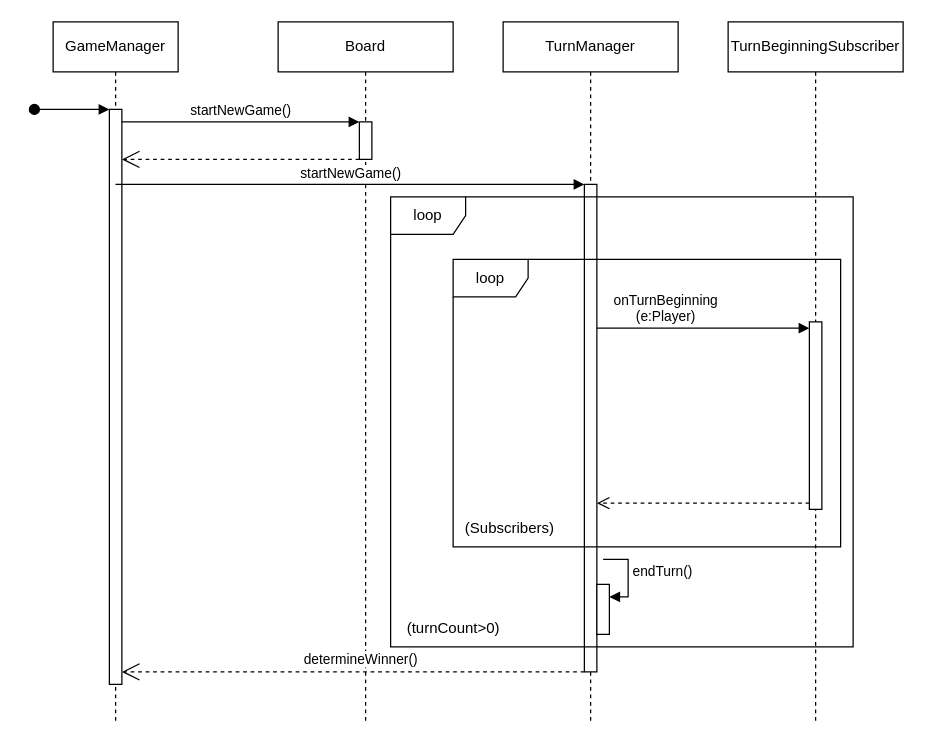
The draw.io diagram page "GameManager" (1 of 7) of GameManager_SequenceDiagram.drawio in koharzsombor/bandITs, before the edit. Source tidied: cells renumbered, new cells numbered last; positions are measured from the earlier drawing's top-left corner, leaving out a move shared by most shapes. Both pictures are drawn from the tidied source at 125%, with x=0, y=0 at pixel (34, 21).
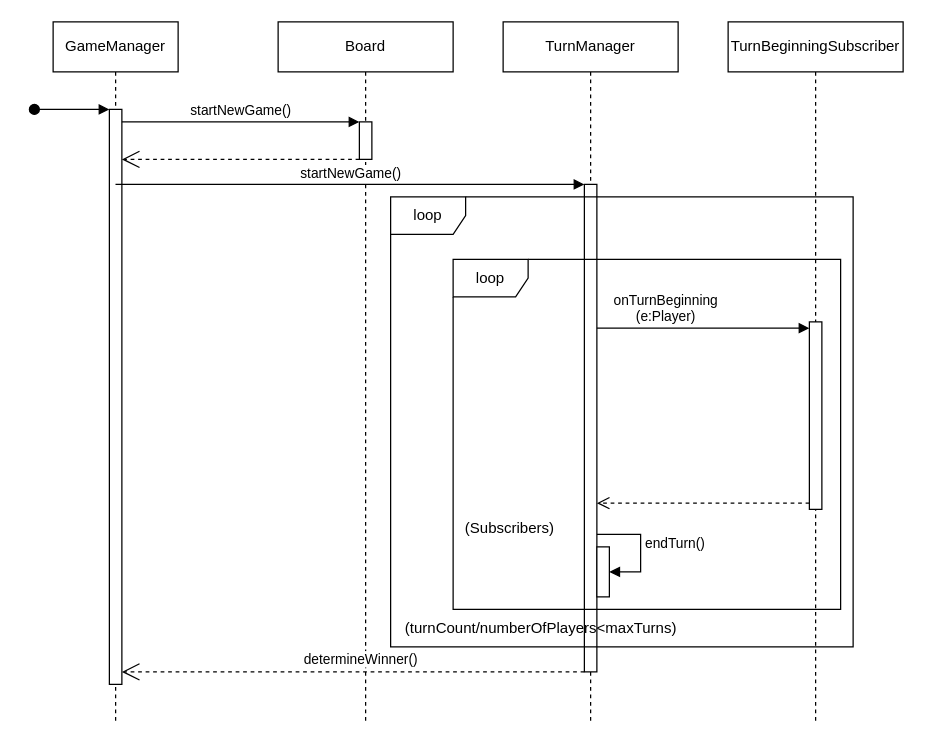
Above is the later version.

Unchanged cells that the change refers to:
```xml
<mxCell id="8" value="&lt;div&gt;TurnManager&lt;/div&gt;" style="shape=umlLifeline;perimeter=lifelinePerimeter;whiteSpace=wrap;html=1;newEdgeStyle={&quot;edgeStyle&quot;:&quot;elbowEdgeStyle&quot;,&quot;elbow&quot;:&quot;vertical&quot;,&quot;curved&quot;:0,&quot;rounded&quot;:0};" parent="1" vertex="1">
  <mxGeometry x="375" width="140" height="560" as="geometry" />
</mxCell>
```

The edit, as a diff of the source:
```diff
@@
     <mxCell id="10" style="html=1;points=[[0,0,0,0,5],[0,1,0,0,-5],[1,0,0,0,5],[1,1,0,0,-5]];perimeter=orthogonalPerimeter;outlineConnect=0;targetShapes=umlLifeline;portConstraint=eastwest;newEdgeStyle={&quot;curved&quot;:0,&quot;rounded&quot;:0};" parent="8" vertex="1">
-      <mxGeometry x="75" y="450" width="10" height="40" as="geometry" />
+      <mxGeometry x="75" y="420" width="10" height="40" as="geometry" />
     </mxCell>
     <mxCell id="11" value="endTurn()" style="html=1;align=left;spacingLeft=2;endArrow=block;rounded=0;edgeStyle=orthogonalEdgeStyle;curved=0;rounded=0;" parent="8" edge="1" target="10">
-      <mxGeometry x="-0.08" relative="1" as="geometry">
-        <mxPoint x="80" y="430" as="sourcePoint" />
+      <mxGeometry x="-0.07" relative="1" as="geometry">
+        <mxPoint x="75" y="410" as="sourcePoint" />
         <Array as="points">
-          <mxPoint x="100" y="430" />
-          <mxPoint x="100" y="460" />
+          <mxPoint x="110" y="410" />
+          <mxPoint x="110" y="440" />
         </Array>
       </mxGeometry>
     </mxCell>
@@
-    <mxCell id="15" value="(turnCount&lt;span style=&quot;background-color: transparent; color: light-dark(rgb(0, 0, 0), rgb(255, 255, 255));&quot;&gt;&amp;gt;0)&lt;/span&gt;" style="text;html=1;align=center;verticalAlign=middle;strokeColor=none;fillColor=none;" parent="1" vertex="1">
-      <mxGeometry x="285" y="470" width="100" height="30" as="geometry" />
+    <mxCell id="15" value="(turnCount/numberOfPlayers&amp;lt;maxTurns&lt;span style=&quot;background-color: transparent; color: light-dark(rgb(0, 0, 0), rgb(255, 255, 255));&quot;&gt;)&lt;/span&gt;" style="text;html=1;align=center;verticalAlign=middle;strokeColor=none;fillColor=none;" parent="1" vertex="1">
+      <mxGeometry x="285" y="470" width="240" height="30" as="geometry" />
     </mxCell>
@@
     <mxCell id="17" value="loop" style="shape=umlFrame;whiteSpace=wrap;html=1;" parent="1" vertex="1">
-      <mxGeometry x="335" y="190" width="310" height="230" as="geometry" />
+      <mxGeometry x="335" y="190" width="310" height="280" as="geometry" />
     </mxCell>
```
